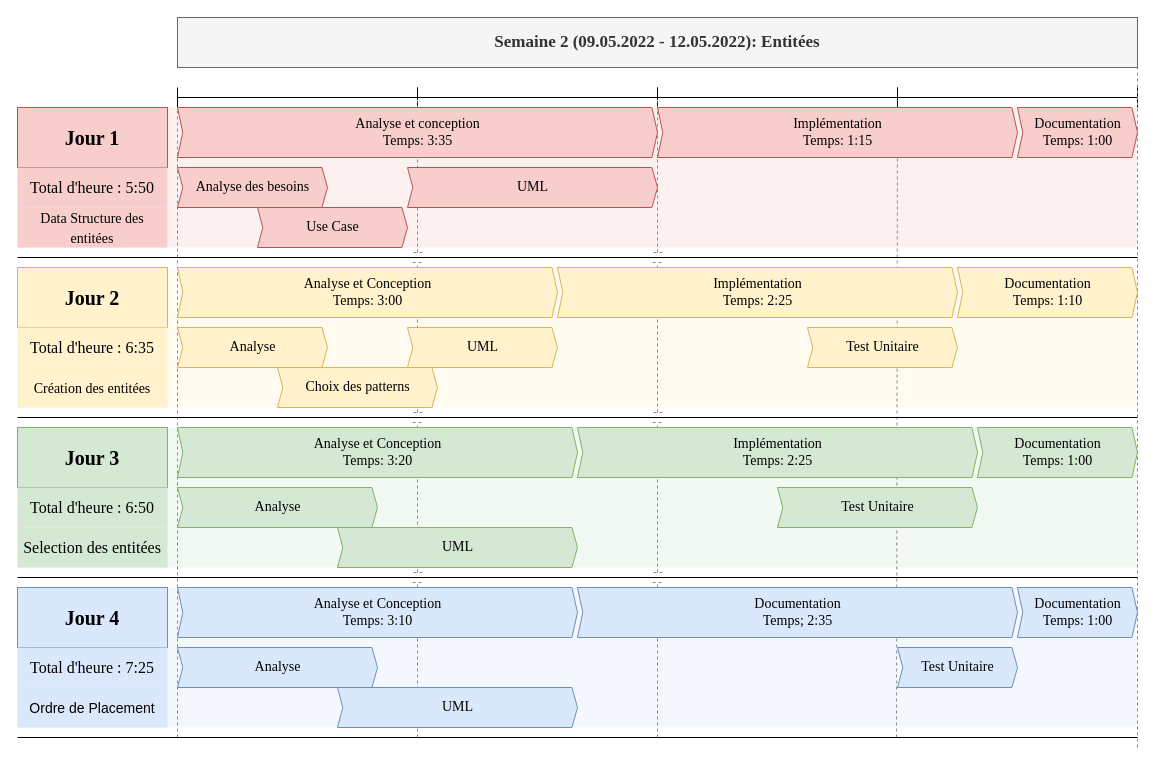
Before: Assets/Documentation/Planification/FlorianDuruz_PlanningSemaine2_CastleDefense.drawio in Cat-du-Fromage/TPI_CastleDefense, a draw.io diagram. Source tidied: cells renumbered, new cells numbered last; positions are measured from the earlier drawing's top-left corner, leaving out a move shared by most shapes. Both pictures are drawn from the tidied source at 100%, with x=0, y=0 at pixel (17, 17).
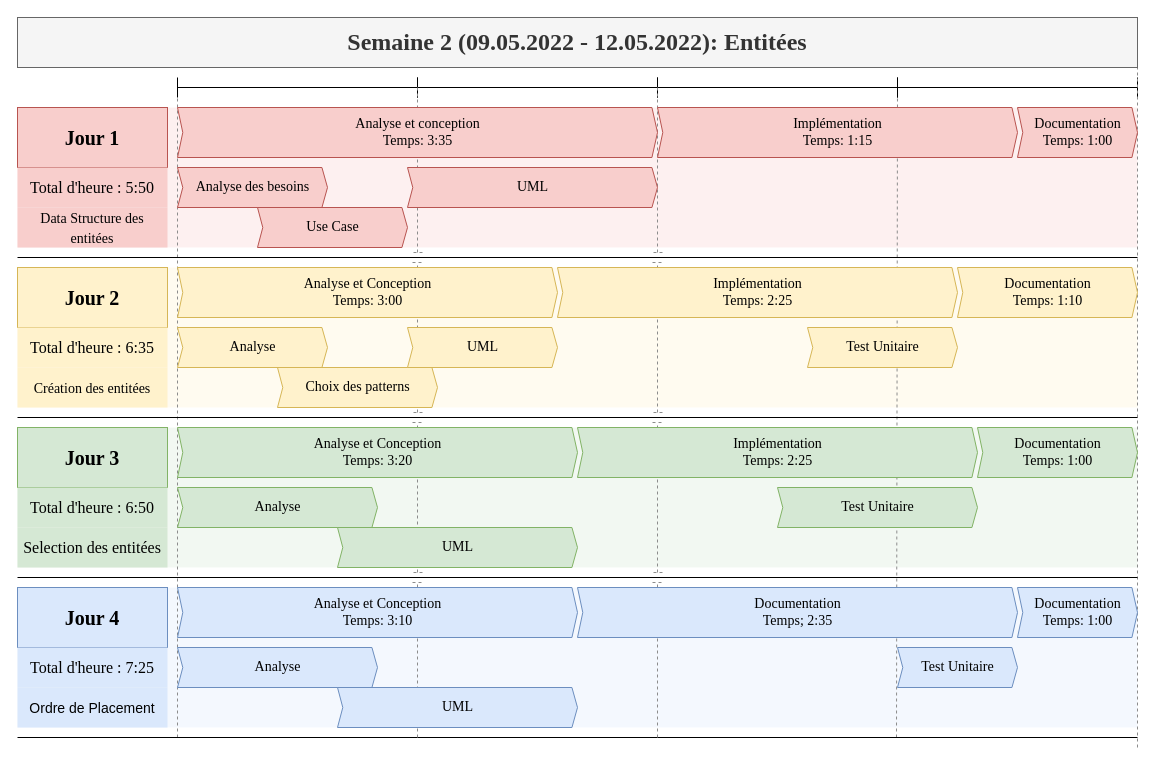
After the change.

The edit, as a diff of the source:
```diff
@@
     <mxCell id="7" style="shape=crossbar;whiteSpace=wrap;html=1;rounded=1;" parent="6" vertex="1">
-      <mxGeometry x="880" y="70" width="240" height="20" as="geometry" />
+      <mxGeometry x="880" y="60" width="240" height="20" as="geometry" />
     </mxCell>
@@
     <mxCell id="14" style="shape=crossbar;whiteSpace=wrap;html=1;rounded=1;" parent="6" vertex="1">
-      <mxGeometry x="640" y="70" width="240" height="20" as="geometry" />
+      <mxGeometry x="640" y="60" width="240" height="20" as="geometry" />
     </mxCell>
     <mxCell id="15" style="shape=crossbar;whiteSpace=wrap;html=1;rounded=1;" parent="6" vertex="1">
-      <mxGeometry x="400" y="70" width="240" height="20" as="geometry" />
+      <mxGeometry x="400" y="60" width="240" height="20" as="geometry" />
     </mxCell>
     <mxCell id="16" style="shape=crossbar;whiteSpace=wrap;html=1;rounded=1;" parent="6" vertex="1">
-      <mxGeometry x="160" y="70" width="240" height="20" as="geometry" />
+      <mxGeometry x="160" y="60" width="240" height="20" as="geometry" />
     </mxCell>
@@
-    <mxCell id="41" value="Semaine 2 (09.05.2022 - 12.05.2022): Entitées" style="rounded=0;whiteSpace=wrap;html=1;fillColor=#f5f5f5;strokeColor=#666666;fontSize=17;fontStyle=1;fontColor=#333333;fontFamily=Times New Roman;" parent="21" vertex="1">
-      <mxGeometry x="160" width="960" height="50" as="geometry" />
+    <mxCell id="41" value="Semaine 2 (09.05.2022 - 12.05.2022): Entitées" style="rounded=0;whiteSpace=wrap;html=1;fillColor=#f5f5f5;strokeColor=#666666;fontSize=24;fontStyle=1;fontColor=#333333;fontFamily=Times New Roman;" parent="21" vertex="1">
+      <mxGeometry width="1120" height="50" as="geometry" />
     </mxCell>
```
